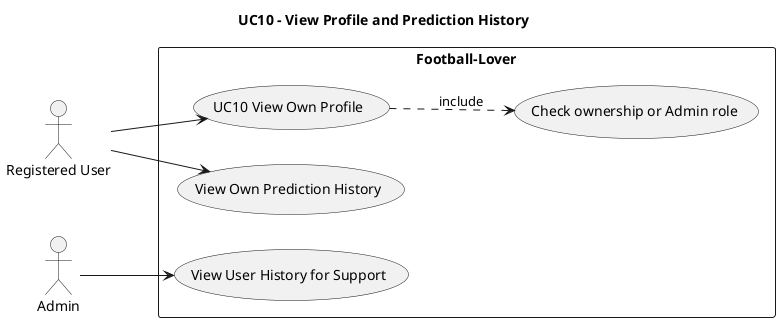
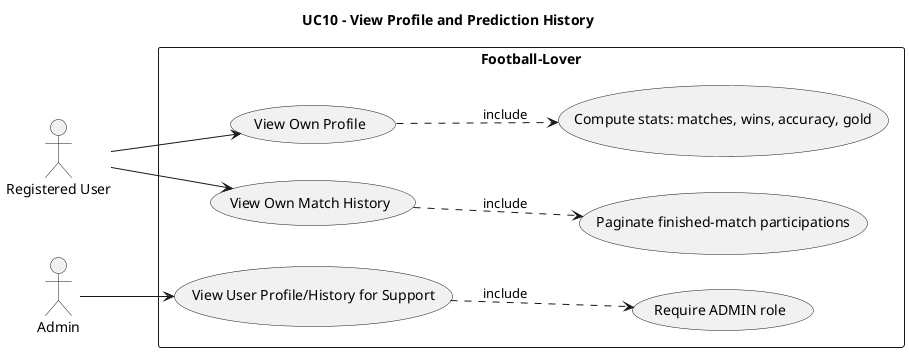
@startuml
left to right direction
title UC10 - View Profile and Prediction History
actor "Registered User" as User
actor Admin
rectangle "Football-Lover" {
-   User --> (UC10 View Own Profile)
-   User --> (View Own Prediction History)
-   Admin --> (View User History for Support)
-   (UC10 View Own Profile) ..> (Check ownership or Admin role) : include
+   User --> (View Own Profile)
+   User --> (View Own Match History)
+   Admin --> (View User Profile/History for Support)
+   (View Own Profile) ..> (Compute stats: matches, wins, accuracy, gold) : include
+   (View Own Match History) ..> (Paginate finished-match participations) : include
+   (View User Profile/History for Support) ..> (Require ADMIN role) : include
}
@enduml
